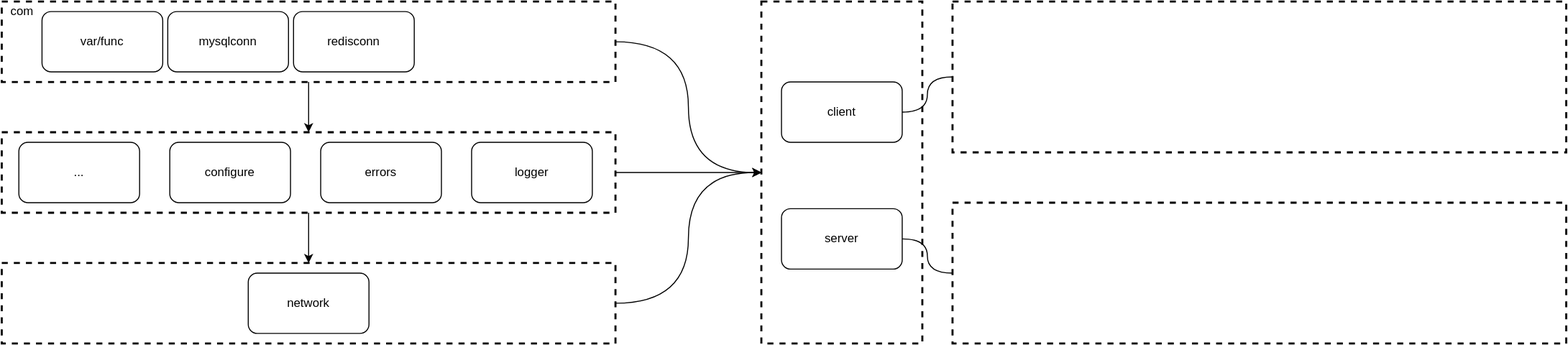
Earlier version of the draw.io export tc_项目文件结构.svg (c17abab/pics). Source tidied: cells renumbered, new cells last; positions are measured from the earlier drawing's top-left corner, leaving out a move shared by most shapes.
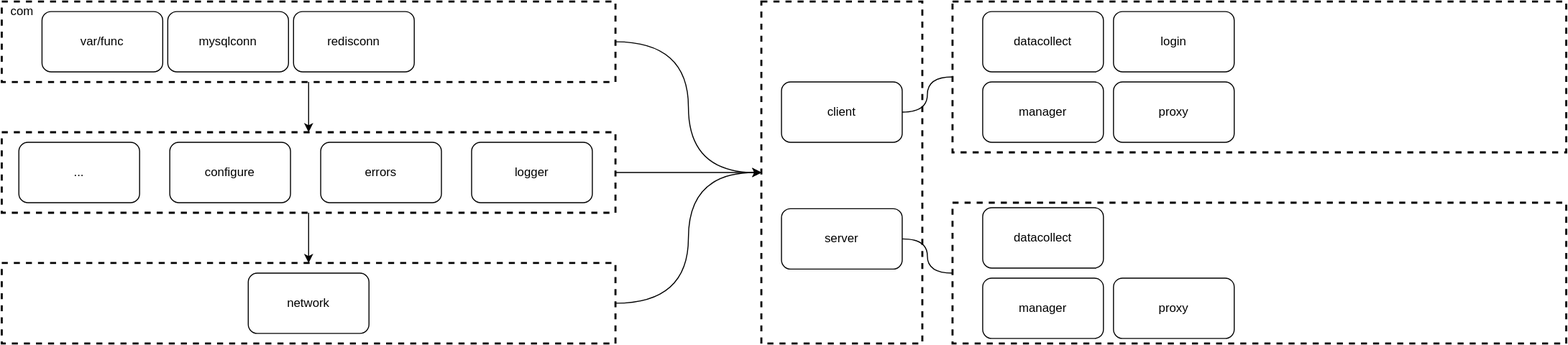
After the commit.

Commit message:
更新tc_项目文件结构.svg

What changed in the source:
```diff
@@ -82,5 +82,26 @@
     <mxCell id="27" value="server" style="rounded=1;whiteSpace=wrap;html=1;" parent="1" vertex="1">
       <mxGeometry x="775" y="206" width="120" height="60" as="geometry" />
     </mxCell>
+    <mxCell id="28" value="datacollect" style="rounded=1;whiteSpace=wrap;html=1;" parent="1" vertex="1">
+      <mxGeometry x="975" y="10" width="120" height="60" as="geometry" />
+    </mxCell>
+    <mxCell id="29" value="login" style="rounded=1;whiteSpace=wrap;html=1;" parent="1" vertex="1">
+      <mxGeometry x="1105" y="10" width="120" height="60" as="geometry" />
+    </mxCell>
+    <mxCell id="30" value="manager" style="rounded=1;whiteSpace=wrap;html=1;" parent="1" vertex="1">
+      <mxGeometry x="975" y="80" width="120" height="60" as="geometry" />
+    </mxCell>
+    <mxCell id="31" value="proxy" style="rounded=1;whiteSpace=wrap;html=1;" parent="1" vertex="1">
+      <mxGeometry x="1105" y="80" width="120" height="60" as="geometry" />
+    </mxCell>
+    <mxCell id="32" value="datacollect" style="rounded=1;whiteSpace=wrap;html=1;" parent="1" vertex="1">
+      <mxGeometry x="975" y="205" width="120" height="60" as="geometry" />
+    </mxCell>
+    <mxCell id="33" value="manager" style="rounded=1;whiteSpace=wrap;html=1;" parent="1" vertex="1">
+      <mxGeometry x="975" y="275" width="120" height="60" as="geometry" />
+    </mxCell>
+    <mxCell id="34" value="proxy" style="rounded=1;whiteSpace=wrap;html=1;" parent="1" vertex="1">
+      <mxGeometry x="1105" y="275" width="120" height="60" as="geometry" />
+    </mxCell>
   </root>
 </mxGraphModel>
```
